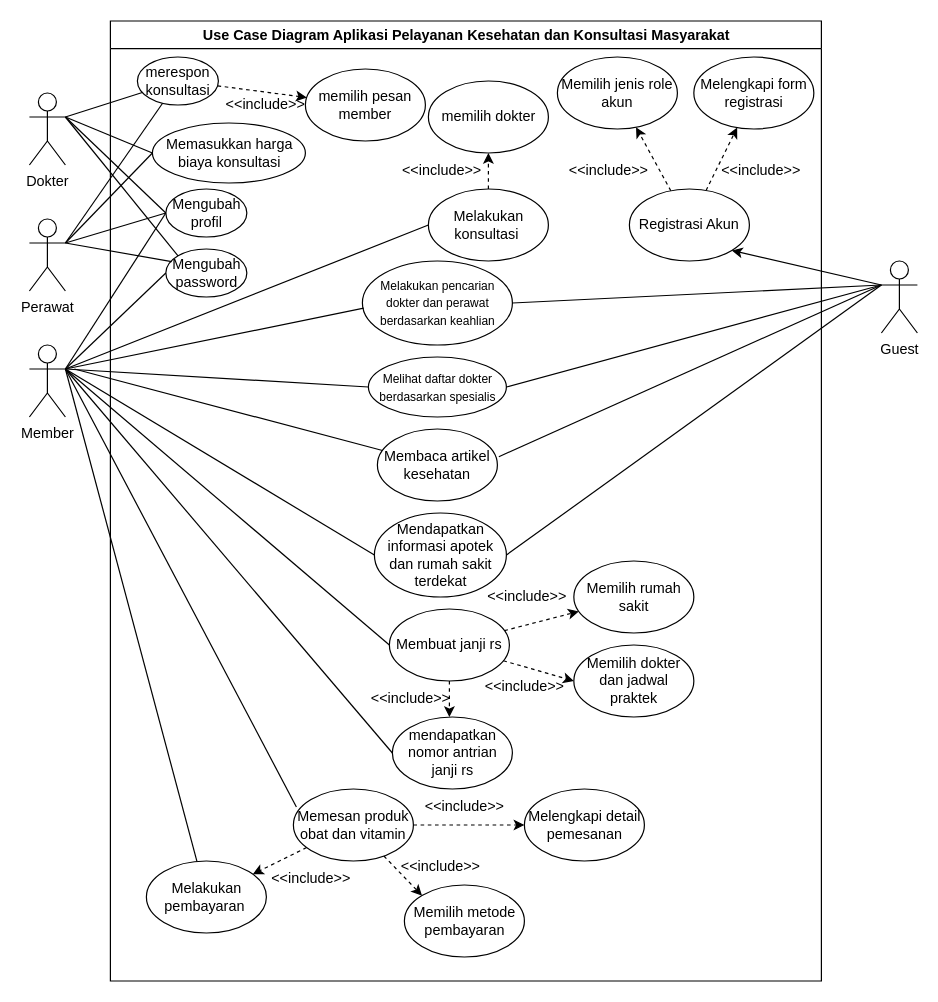
The draw.io diagram use case/use case ilham.drawio in Muhamadrafliseptian/rancangan-sistem-dan-dokumen, before the edit. Source tidied: cells renumbered, new cells numbered last; positions are measured from the earlier drawing's top-left corner, leaving out a move shared by most shapes. Both pictures are drawn from the tidied source at 120%, with x=0, y=0 at pixel (29, 20).
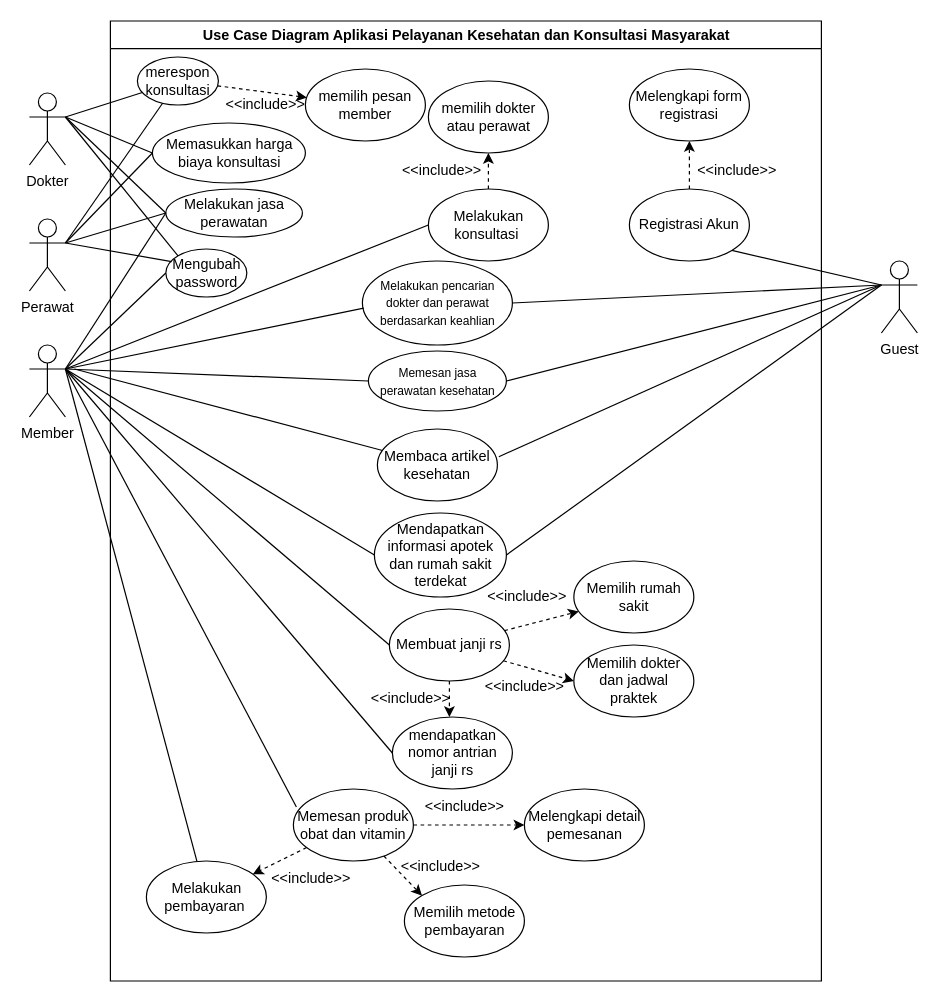
The same page after the edit.

The change refers to these unchanged cells:
```xml
<mxCell id="2" value="Use Case Diagram Aplikasi Pelayanan Kesehatan dan Konsultasi Masyarakat" style="swimlane;whiteSpace=wrap;html=1;" parent="1" vertex="1">
  <mxGeometry x="67.5" width="592.5" height="800" as="geometry" />
</mxCell>
<mxCell id="5" value="Registrasi Akun" style="ellipse;whiteSpace=wrap;html=1;" parent="2" vertex="1">
  <mxGeometry x="432.5" y="140" width="100" height="60" as="geometry" />
</mxCell>
```

What changed in the source:
```diff
@@
-    <mxCell id="4" style="rounded=0;jettySize=auto;html=1;dashed=1;" parent="2" edge="1" source="5" target="7">
-      <mxGeometry relative="1" as="geometry" />
-    </mxCell>
@@
     <mxCell id="6" value="Melengkapi form registrasi" style="ellipse;whiteSpace=wrap;html=1;" parent="2" vertex="1">
-      <mxGeometry x="486.2" y="30" width="100" height="60" as="geometry" />
+      <mxGeometry x="432.5" y="40" width="100" height="60" as="geometry" />
     </mxCell>
-    <mxCell id="7" value="Memilih jenis role akun" style="ellipse;whiteSpace=wrap;html=1;" parent="2" vertex="1">
-      <mxGeometry x="372.5" y="30" width="100" height="60" as="geometry" />
-    </mxCell>
-    <mxCell id="8" value="&amp;lt;&amp;lt;include&amp;gt;&amp;gt;" style="text;html=1;strokeColor=none;fillColor=none;align=center;verticalAlign=middle;whiteSpace=wrap;rounded=0;" parent="2" vertex="1">
-      <mxGeometry x="385" y="110" width="60" height="30" as="geometry" />
-    </mxCell>
     <mxCell id="9" value="&amp;lt;&amp;lt;include&amp;gt;&amp;gt;" style="text;html=1;strokeColor=none;fillColor=none;align=center;verticalAlign=middle;whiteSpace=wrap;rounded=0;" parent="2" vertex="1">
-      <mxGeometry x="512.5" y="110" width="60" height="30" as="geometry" />
+      <mxGeometry x="492.5" y="110" width="60" height="30" as="geometry" />
     </mxCell>
@@
-    <mxCell id="34" value="&lt;span style=&quot;font-size: 10px;&quot;&gt;Melihat daftar dokter berdasarkan spesialis&lt;/span&gt;" style="ellipse;whiteSpace=wrap;html=1;" parent="2" vertex="1">
-      <mxGeometry x="215" y="280" width="115" height="50" as="geometry" />
+    <mxCell id="34" value="&lt;span style=&quot;font-size: 10px;&quot;&gt;Memesan jasa perawatan kesehatan&lt;/span&gt;" style="ellipse;whiteSpace=wrap;html=1;" parent="2" vertex="1">
+      <mxGeometry x="215" y="275" width="115" height="50" as="geometry" />
     </mxCell>
@@
-    <mxCell id="39" value="memilih dokter" style="ellipse;whiteSpace=wrap;html=1;" parent="2" vertex="1">
+    <mxCell id="39" value="memilih dokter&lt;br&gt;atau perawat" style="ellipse;whiteSpace=wrap;html=1;" parent="2" vertex="1">
       <mxGeometry x="265" y="50" width="100" height="60" as="geometry" />
     </mxCell>
@@
-    <mxCell id="44" value="Mengubah profil" style="ellipse;whiteSpace=wrap;html=1;fillColor=default;strokeColor=default;" parent="2" vertex="1">
-      <mxGeometry x="46.2" y="140" width="67.5" height="40" as="geometry" />
+    <mxCell id="44" value="Melakukan jasa perawatan" style="ellipse;whiteSpace=wrap;html=1;fillColor=default;strokeColor=default;" parent="2" vertex="1">
+      <mxGeometry x="46.2" y="140" width="113.8" height="40" as="geometry" />
     </mxCell>
@@
-    <mxCell id="72" style="edgeStyle=none;rounded=0;jettySize=auto;html=1;entryX=1;entryY=1;entryDx=0;entryDy=0;" parent="1" edge="1" target="5">
+    <mxCell id="72" style="edgeStyle=none;rounded=0;jettySize=auto;html=1;entryX=1;entryY=1;entryDx=0;entryDy=0;endArrow=none;endFill=0;" parent="1" edge="1" target="5">
       <mxGeometry relative="1" as="geometry">
         <mxPoint x="710" y="220" as="sourcePoint" />
       </mxGeometry>
     </mxCell>
```
